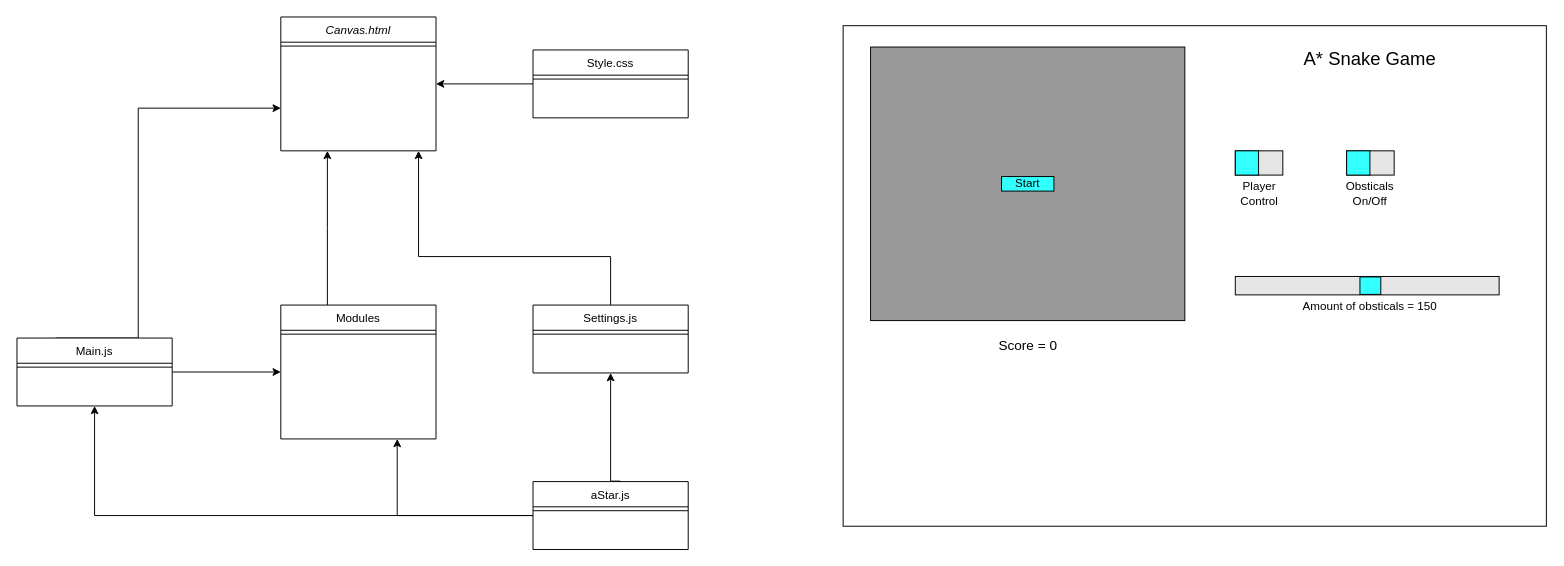
Above: A_StarPathfinding_SnakeGame/Untitled Diagram.drawio in ajgray2017/AdamGrayResume (draw.io), before the change. Source tidied: cells renumbered, new cells numbered last; positions are measured from the earlier drawing's top-left corner, leaving out a move shared by most shapes. Both pictures are drawn from the tidied source at 97%, with x=0, y=0 at pixel (16, 16).
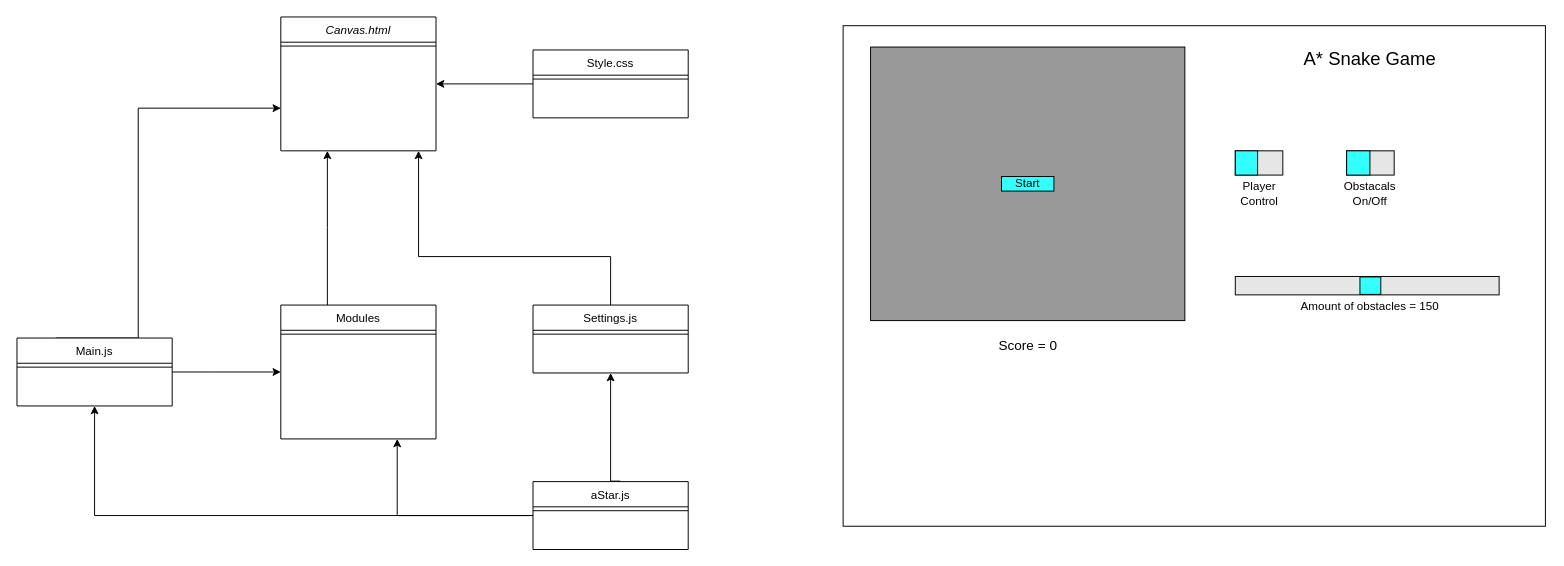
The same page after the edit.

Commit message:
Basic diagram

What changed in the source:
```diff
@@
     <mxCell id="22" style="rounded=0;whiteSpace=wrap;html=1;" parent="1" vertex="1">
-      <mxGeometry x="851.7" y="9" width="725" height="516" as="geometry" />
+      <mxGeometry x="851.7" y="9" width="724" height="516" as="geometry" />
     </mxCell>
@@
-    <mxCell id="28" value="Amount of obsticals = 150" style="text;html=1;strokeColor=none;fillColor=none;align=center;verticalAlign=middle;whiteSpace=wrap;rounded=0;" parent="1" vertex="1">
+    <mxCell id="28" value="Amount of obstacles = 150" style="text;html=1;strokeColor=none;fillColor=none;align=center;verticalAlign=middle;whiteSpace=wrap;rounded=0;" parent="1" vertex="1">
       <mxGeometry x="1300.4" y="289" width="189.8" height="20" as="geometry" />
     </mxCell>
@@
     <mxCell id="30" style="rounded=0;whiteSpace=wrap;html=1;fillColor=#33FFFF;" parent="1" vertex="1">
-      <mxGeometry x="1256" y="138" width="24" height="25" as="geometry" />
+      <mxGeometry x="1256" y="138" width="23" height="25" as="geometry" />
     </mxCell>
@@
-    <mxCell id="34" value="Obsticals On/Off" style="text;html=1;strokeColor=none;fillColor=none;align=center;verticalAlign=middle;whiteSpace=wrap;rounded=0;" parent="1" vertex="1">
+    <mxCell id="34" value="Obstacals On/Off" style="text;html=1;strokeColor=none;fillColor=none;align=center;verticalAlign=middle;whiteSpace=wrap;rounded=0;" parent="1" vertex="1">
       <mxGeometry x="1375.3" y="172" width="40" height="20" as="geometry" />
     </mxCell>
```
